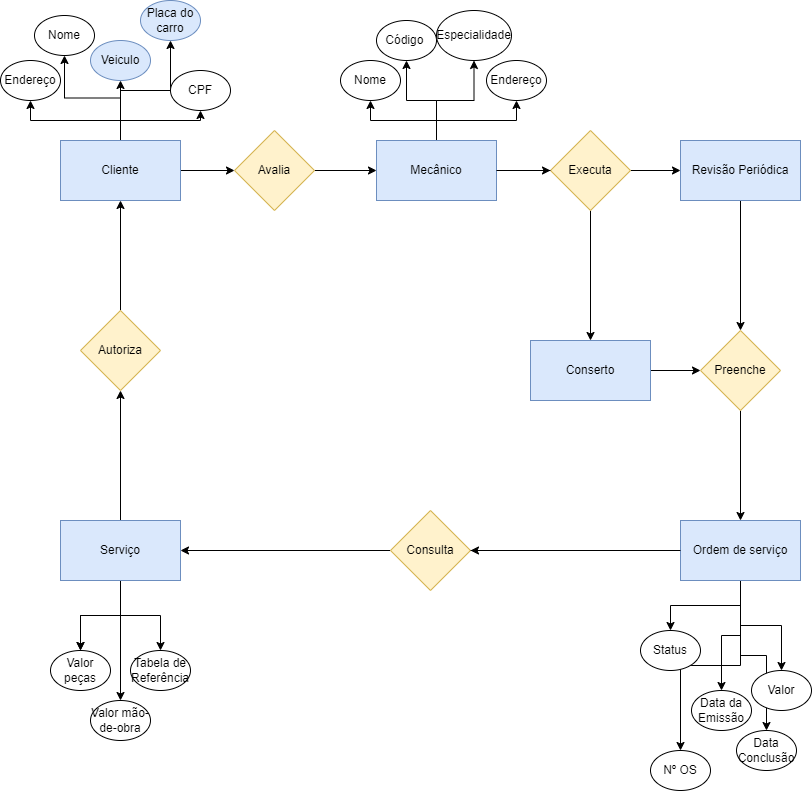
This is Diagrama sem nome.drawio.png from Hejociara/BancoDados_EsquemaConceitual, a draw.io export, as it was before one commit. Source tidied: cells renumbered, new cells last; positions are measured from the earlier drawing's top-left corner, leaving out a move shared by most shapes.
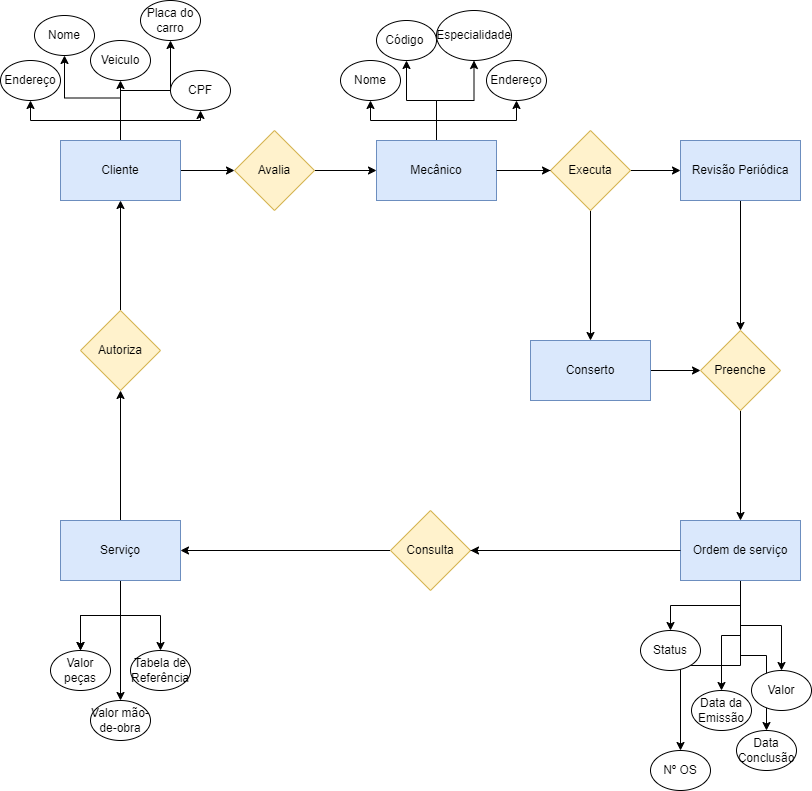
After the commit.

What changed in the source:
```diff
@@ -116,10 +116,10 @@
     <mxCell id="39" value="Endereço" style="ellipse;whiteSpace=wrap;html=1;rounded=0;" parent="1" vertex="1">
       <mxGeometry x="486" y="60" width="60" height="40" as="geometry" />
     </mxCell>
-    <mxCell id="40" value="Veiculo" style="ellipse;whiteSpace=wrap;html=1;fillColor=#dae8fc;strokeColor=#6c8ebf;rounded=0;" parent="1" vertex="1">
+    <mxCell id="40" value="Veiculo" style="ellipse;whiteSpace=wrap;html=1;rounded=0;" parent="1" vertex="1">
       <mxGeometry x="90" y="40" width="60" height="40" as="geometry" />
     </mxCell>
-    <mxCell id="41" value="Placa do carro" style="ellipse;whiteSpace=wrap;html=1;fillColor=#dae8fc;strokeColor=#6c8ebf;rounded=0;" parent="1" vertex="1">
+    <mxCell id="41" value="Placa do carro" style="ellipse;whiteSpace=wrap;html=1;rounded=0;" parent="1" vertex="1">
       <mxGeometry x="140" width="60" height="40" as="geometry" />
     </mxCell>
     <mxCell id="42" style="edgeStyle=orthogonalEdgeStyle;rounded=0;jettySize=auto;html=1;" parent="1" edge="1" source="55" target="45">
```
